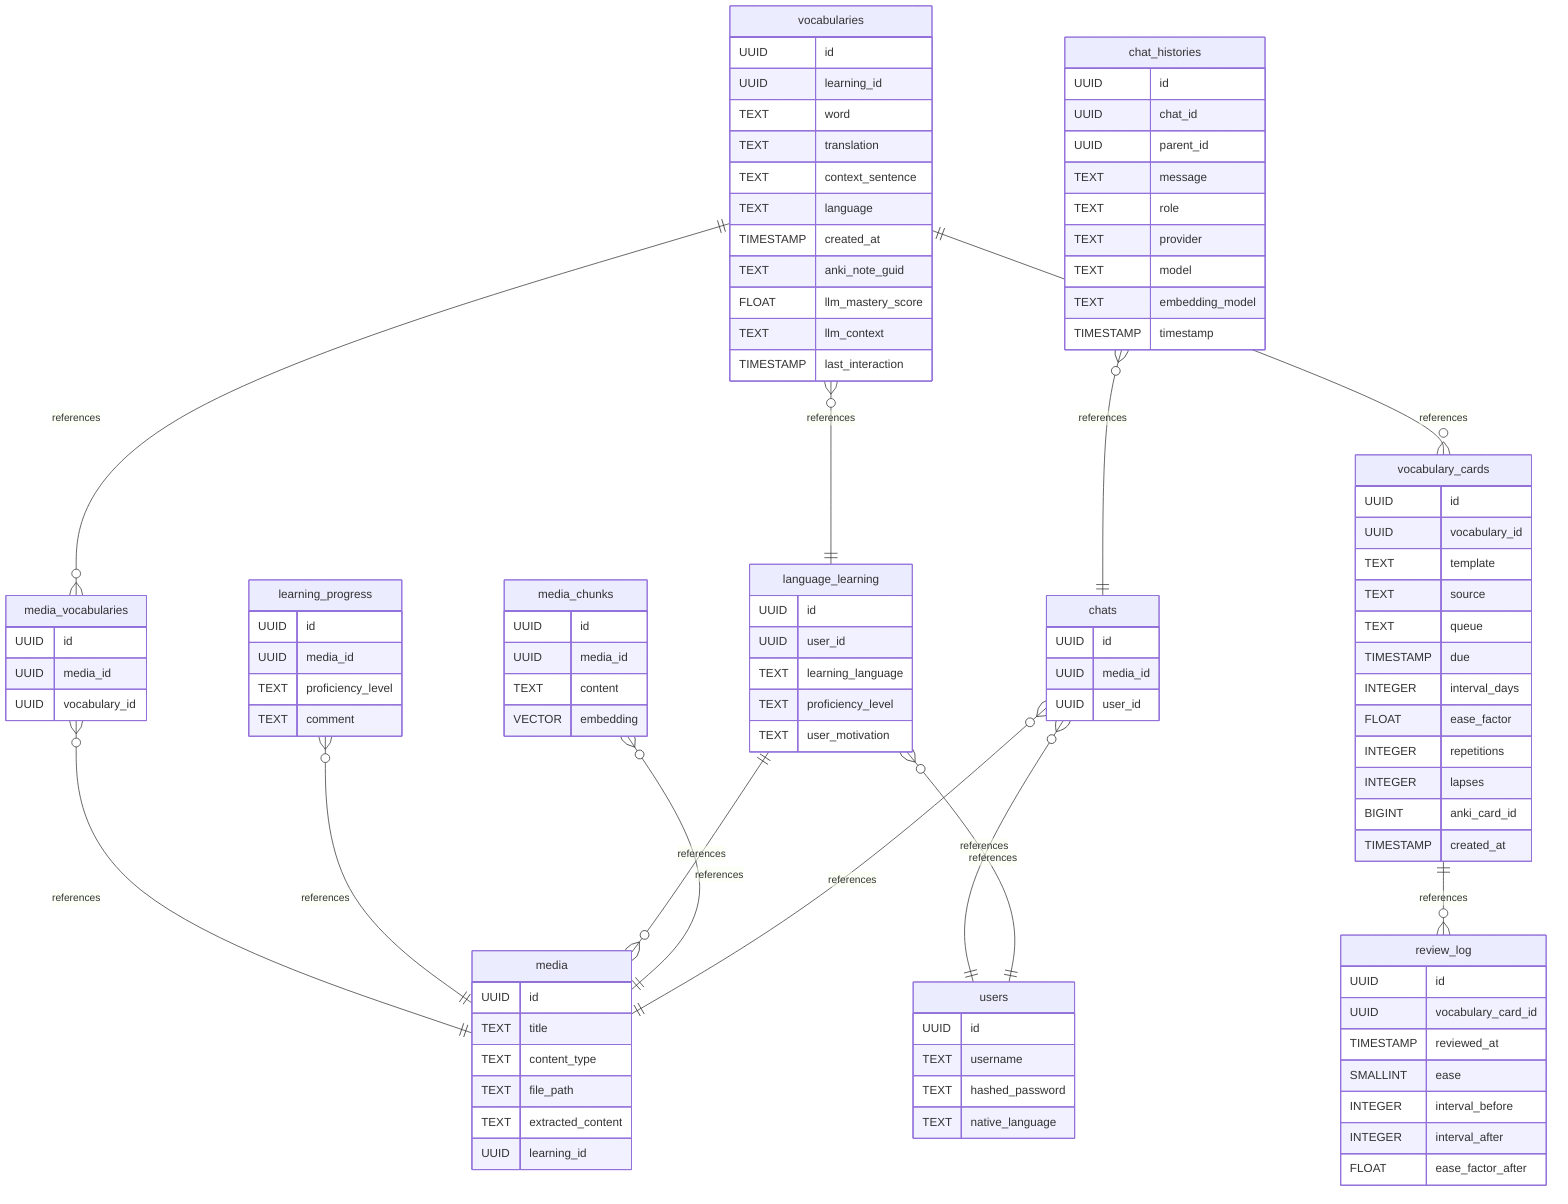
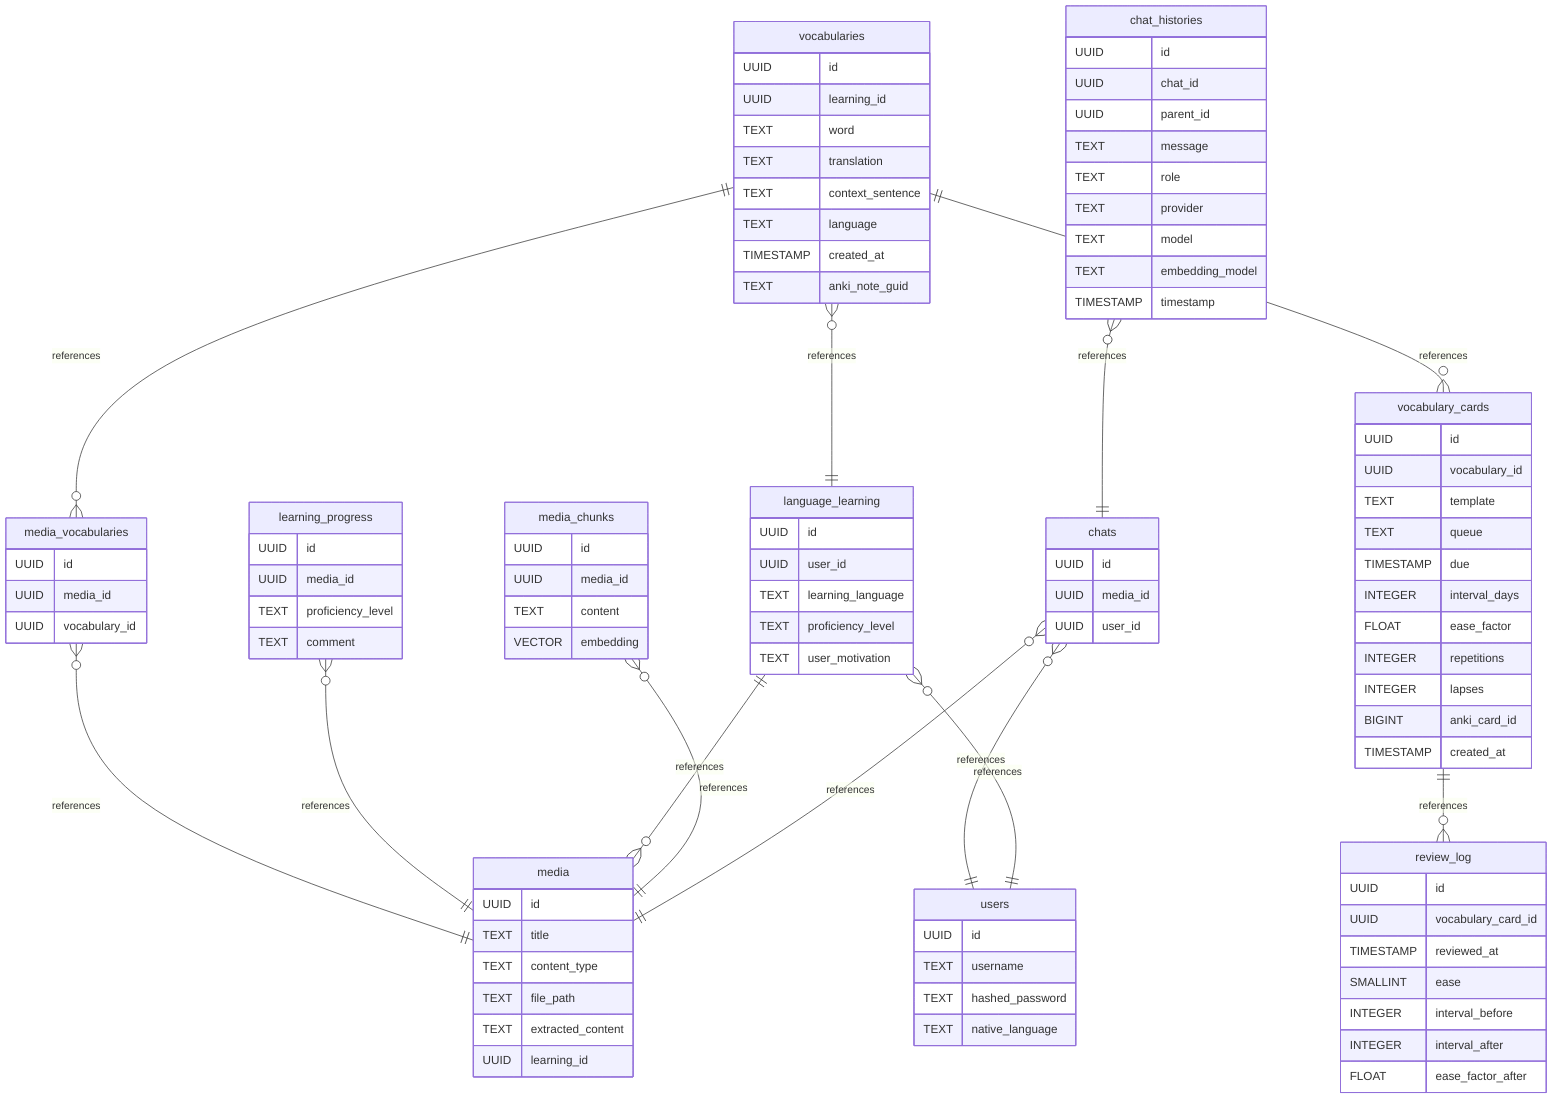
erDiagram
    chat_histories }o--|| chats: references
    chats }o--|| media: references
    media_chunks }o--|| media: references
    language_learning }o--|| users: references
    language_learning ||--o{ media: references
    learning_progress }o--|| media: references
    media_vocabularies }o--|| media: references
    vocabularies ||--o{ media_vocabularies: references
    vocabularies }o--|| language_learning: references
    vocabularies ||--o{ vocabulary_cards: references
    vocabulary_cards ||--o{ review_log: references
    chats }o--|| users: references

    users {
        UUID id
        TEXT username
        TEXT hashed_password
        TEXT native_language
    }

    media {
        UUID id
        TEXT title
        TEXT content_type
        TEXT file_path
        TEXT extracted_content
        UUID learning_id
    }
    media_chunks {
        UUID id
        UUID media_id
        TEXT content
        VECTOR embedding
    }

    vocabularies {
        UUID id
        UUID learning_id
        TEXT word
        TEXT translation
        TEXT context_sentence
        TEXT language
        TIMESTAMP created_at
        TEXT anki_note_guid
-         FLOAT llm_mastery_score
-         TEXT llm_context
-         TIMESTAMP last_interaction
    }

    vocabulary_cards {
        UUID id
        UUID vocabulary_id
        TEXT template
-         TEXT source
        TEXT queue
        TIMESTAMP due
        INTEGER interval_days
        FLOAT ease_factor
        INTEGER repetitions
        INTEGER lapses
        BIGINT anki_card_id
        TIMESTAMP created_at
    }

    review_log {
        UUID id
        UUID vocabulary_card_id
        TIMESTAMP reviewed_at
        SMALLINT ease
        INTEGER interval_before
        INTEGER interval_after
        FLOAT ease_factor_after
    }

    chats {
        UUID id
        UUID media_id
        UUID user_id
    }

    chat_histories {
        UUID id
        UUID chat_id
        UUID parent_id
        TEXT message
        TEXT role
        TEXT provider
        TEXT model
        TEXT embedding_model
        TIMESTAMP timestamp
    }

    language_learning {
        UUID id
        UUID user_id
        TEXT learning_language
        TEXT proficiency_level
        TEXT user_motivation
    }

    learning_progress {
        UUID id
        UUID media_id
        TEXT proficiency_level
        TEXT comment
    }

    media_vocabularies {
        UUID id
        UUID media_id
        UUID vocabulary_id
    }
